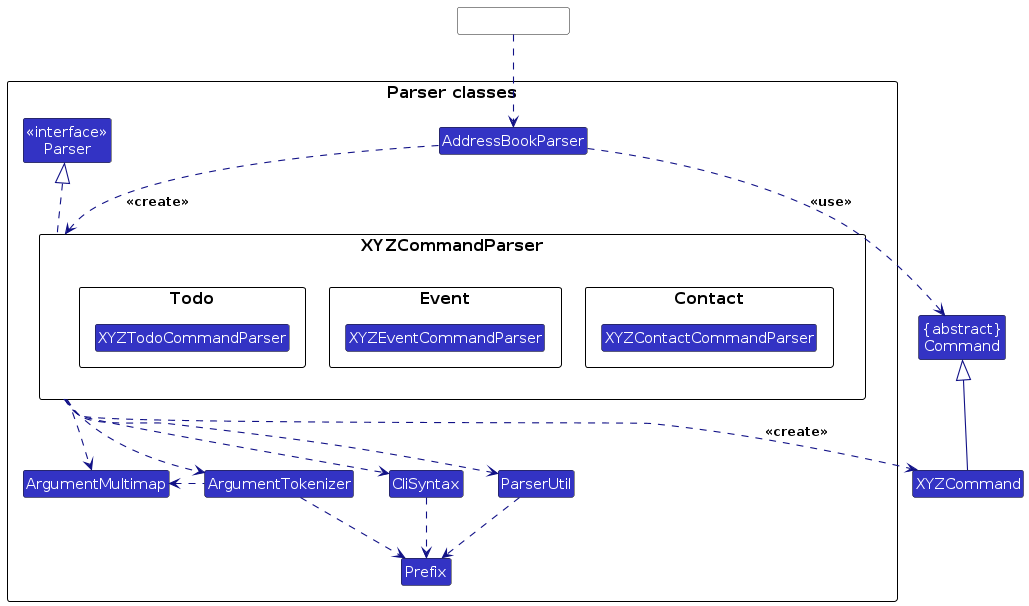
Earlier version of the PlantUML export diagrams/ParserClasses.png (quangthangisme/tp). Its source is kept beside it as diagrams/ParserClasses.puml.
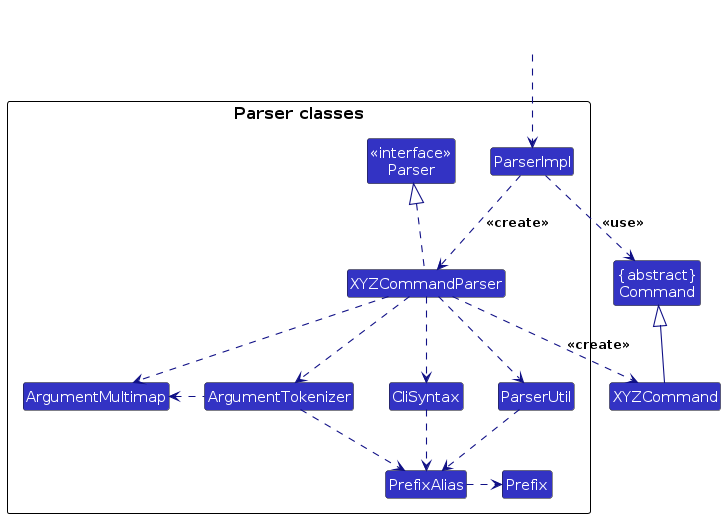
The same diagram one commit later.

What changed in the source:
```diff
@@ -1,5 +1,6 @@
 @startuml
 !include style.puml
+allowmixing
 skinparam arrowThickness 1.1
 skinparam arrowColor LOGIC_COLOR_T4
 skinparam classBackgroundColor LOGIC_COLOR
@@ -9,40 +10,32 @@
 
 package "Parser classes"{
 Class "<<interface>>\nParser" as Parser
-Class AddressBookParser
-package XYZCommandParser {
-    package Contact {
-        class XYZContactCommandParser
-    }
-    package Event {
-        class XYZEventCommandParser
-    }
-    package Todo {
-        class XYZTodoCommandParser
-    }
-}
+Class ParserImpl
+Class XYZCommandParser
 Class CliSyntax
 Class ParserUtil
 Class ArgumentMultimap
 Class ArgumentTokenizer
-Class Prefix
+Class PrefixAlias
+class Prefix
 }
 
-Class HiddenOutside #FFFFFF
-HiddenOutside ..> AddressBookParser
+Cloud HiddenOutside #FFFFFF
+HiddenOutside ..> ParserImpl
 
-AddressBookParser .down.> XYZCommandParser: <<create>>
+ParserImpl .down.> XYZCommandParser: <<create>>
 
 XYZCommandParser ..> XYZCommand : <<create>>
-AddressBookParser ..> Command : <<use>>
+ParserImpl ..> Command : <<use>>
 XYZCommandParser .up.|> Parser
 XYZCommandParser ..> ArgumentMultimap
 XYZCommandParser ..> ArgumentTokenizer
 ArgumentTokenizer .left.> ArgumentMultimap
 XYZCommandParser ..> CliSyntax
-CliSyntax ..> Prefix
+CliSyntax ..> PrefixAlias
 XYZCommandParser ..> ParserUtil
-ParserUtil .down.> Prefix
-ArgumentTokenizer .down.> Prefix
+ParserUtil .down.> PrefixAlias
+ArgumentTokenizer .down.> PrefixAlias
+PrefixAlias -.right.> Prefix
 XYZCommand -up-|> Command
 @enduml
```
